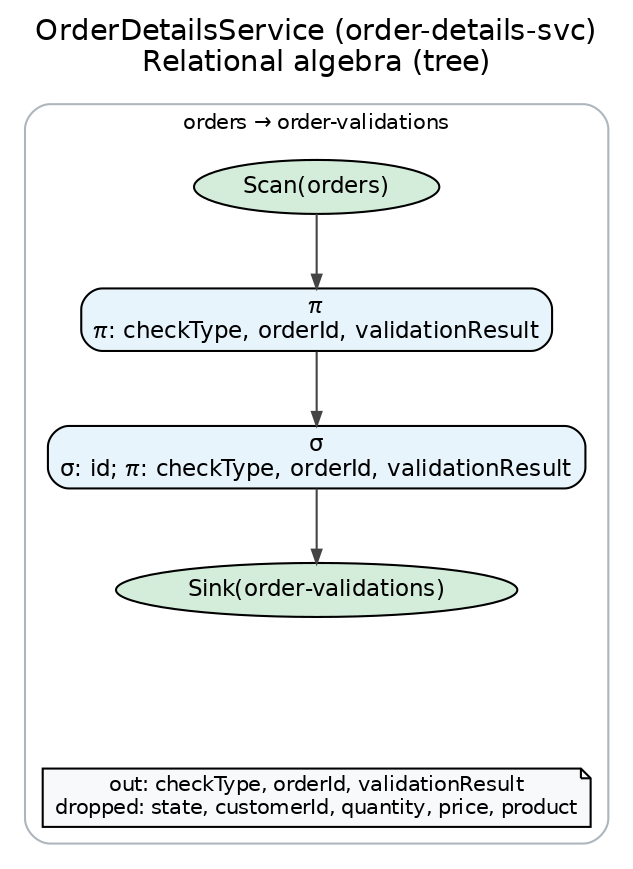
Above: docs/difc-ra-diagrams/order-details-svc-ra-flow.png in Coder2002-MSAdithya/kafka-streams-examples (Graphviz), before the change. Its source is kept beside it as docs/difc-ra-diagrams/order-details-svc-ra-flow.dot.
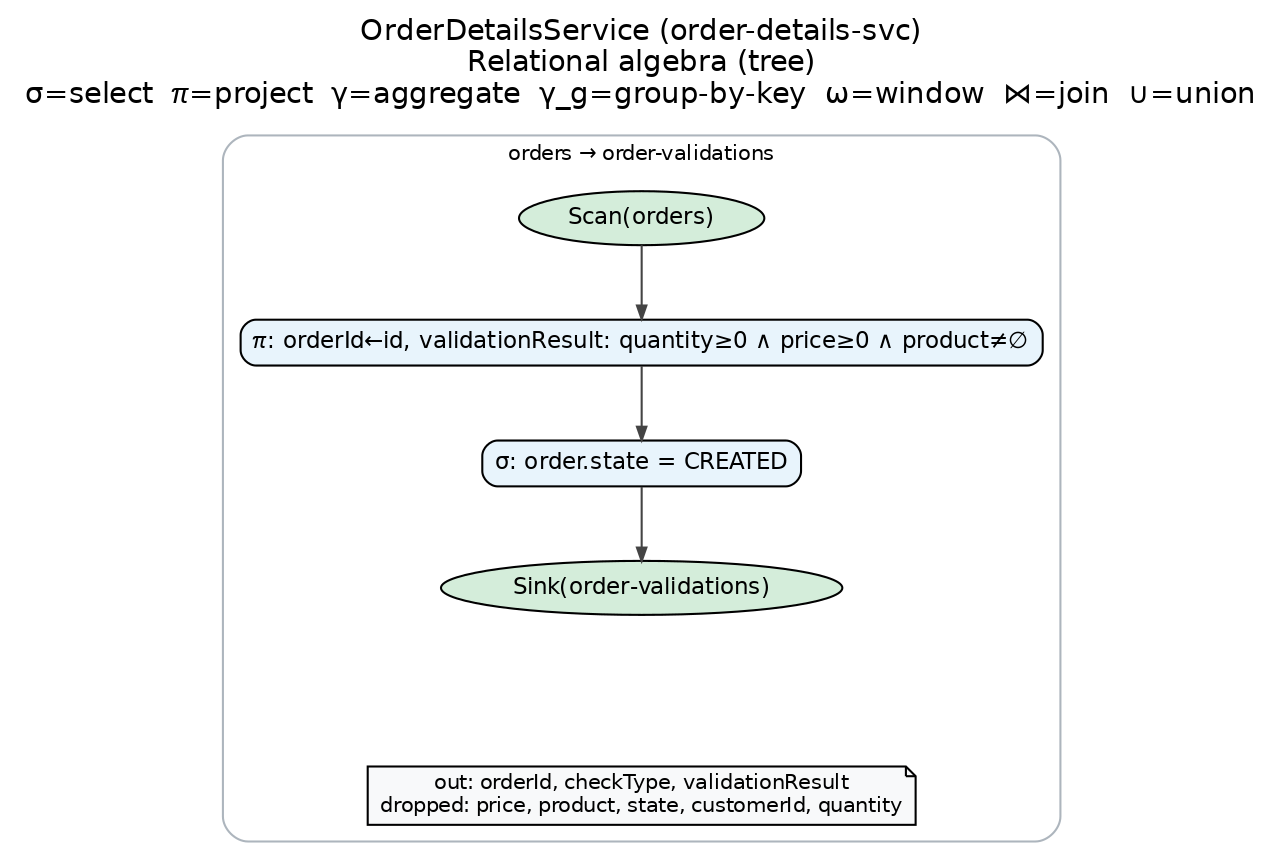
Later version of the same file.

The edit, as a diff of the source:
```diff
@@ -2,22 +2,22 @@
   graph [rankdir=TB, bgcolor="white", fontname="Helvetica", splines=ortho, nodesep=0.35, ranksep=0.5, ordering="out"];
   node [fontname="Helvetica", fontsize=11, style=filled, height=0.3, margin="0.08,0.04"];
   edge [fontname="Helvetica", color="#444444", arrowsize=0.65];
-  label="OrderDetailsService (order-details-svc)\nRelational algebra (tree)";
+  label="OrderDetailsService (order-details-svc)\nRelational algebra (tree)\nσ=select  π=project  γ=aggregate  γ_g=group-by-key  ω=window  ⋈=join  ∪=union";
   labelloc=t;
   fontsize=14;
   subgraph cluster_0 {
     label="orders → order-validations"; style=rounded; color="#adb5bd"; fontsize=10;
-    r0t0 [label="Sink(order-validations)", shape=ellipse, style="filled", fillcolor="#d4edda"];
-    r0t1 [label="σ\nσ: id; π: checkType, orderId, validationResult", shape=box, style="rounded,filled", fillcolor="#e8f4fc"];
-    r0t2 [label="π\nπ: checkType, orderId, validationResult", shape=box, style="rounded,filled", fillcolor="#e8f4fc"];
-    r0t3 [label="Scan(orders)", shape=ellipse, style="filled", fillcolor="#d4edda"];
-    r0t3 -> r0t2;
-    r0t2 -> r0t1;
-    r0t1 -> r0t0;
+    p0_sink_order_validations [label="Sink(order-validations)", shape=ellipse, style="filled", fillcolor="#d4edda"];
+    p0_sigma_order_state_crea_1 [label="σ: order.state = CREATED", shape=box, style="rounded,filled", fillcolor="#e8f4fc"];
+    p0_pi_orderid_id_2 [label="π: orderId←id, validationResult: quantity≥0 ∧ price≥0 ∧ product≠∅", shape=box, style="rounded,filled", fillcolor="#e8f4fc"];
+    p0_scan_orders [label="Scan(orders)", shape=ellipse, style="filled", fillcolor="#d4edda"];
+    p0_scan_orders -> p0_pi_orderid_id_2;
+    p0_pi_orderid_id_2 -> p0_sigma_order_state_crea_1;
+    p0_sigma_order_state_crea_1 -> p0_sink_order_validations;
     r0anchor [style=invis, width=0, height=0, label=""];
-    r0t0 -> r0anchor [style=invis];
+    p0_sink_order_validations -> r0anchor [style=invis];
     r0anchor -> r0note [style=invis];
-    r0note [label="out: checkType, orderId, validationResult\ndropped: state, customerId, quantity, price, product", shape=note, fillcolor="#f8f9fa", fontsize=10];
+    r0note [label="out: orderId, checkType, validationResult\ndropped: price, product, state, customerId, quantity", shape=note, fillcolor="#f8f9fa", fontsize=10];
     { rank=max; r0note; }
   }
 }
```
